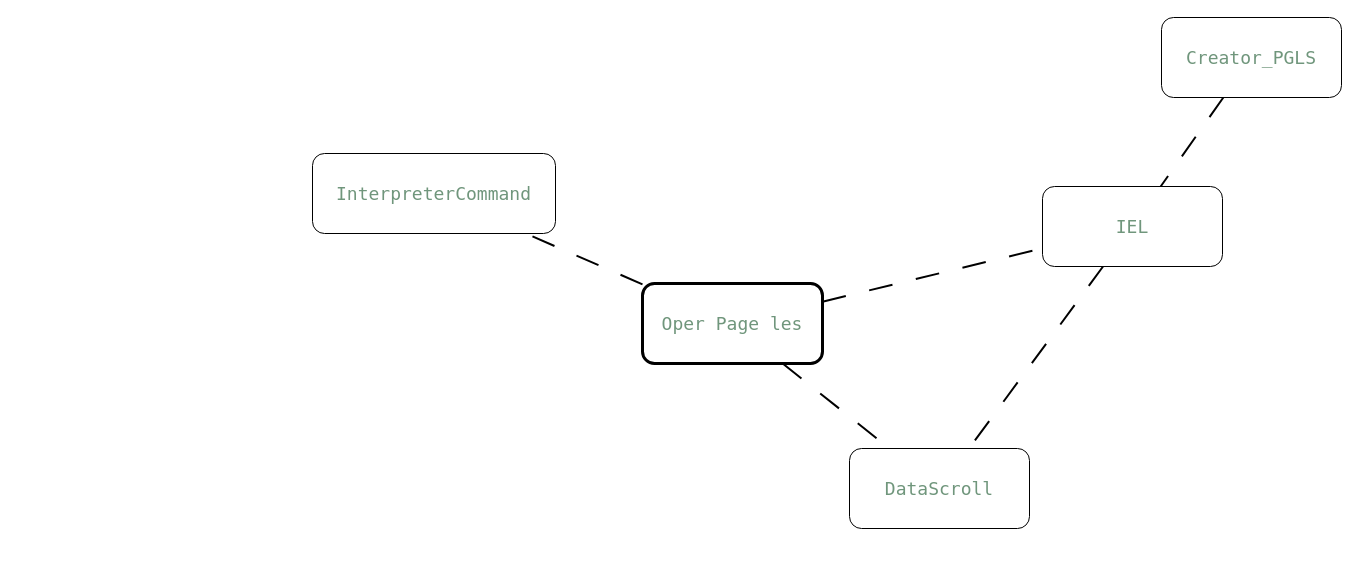
Before: page "Иерархия ссылок" (3 of 3) of OperPage_les.drawio in Lisyaka46/OperPageLes, a draw.io diagram. Source tidied: cells renumbered, new cells numbered last; positions are measured from the earlier drawing's top-left corner, leaving out a move shared by most shapes. Both pictures are drawn from the tidied source at 100%, with x=0, y=0 at pixel (312, 17).
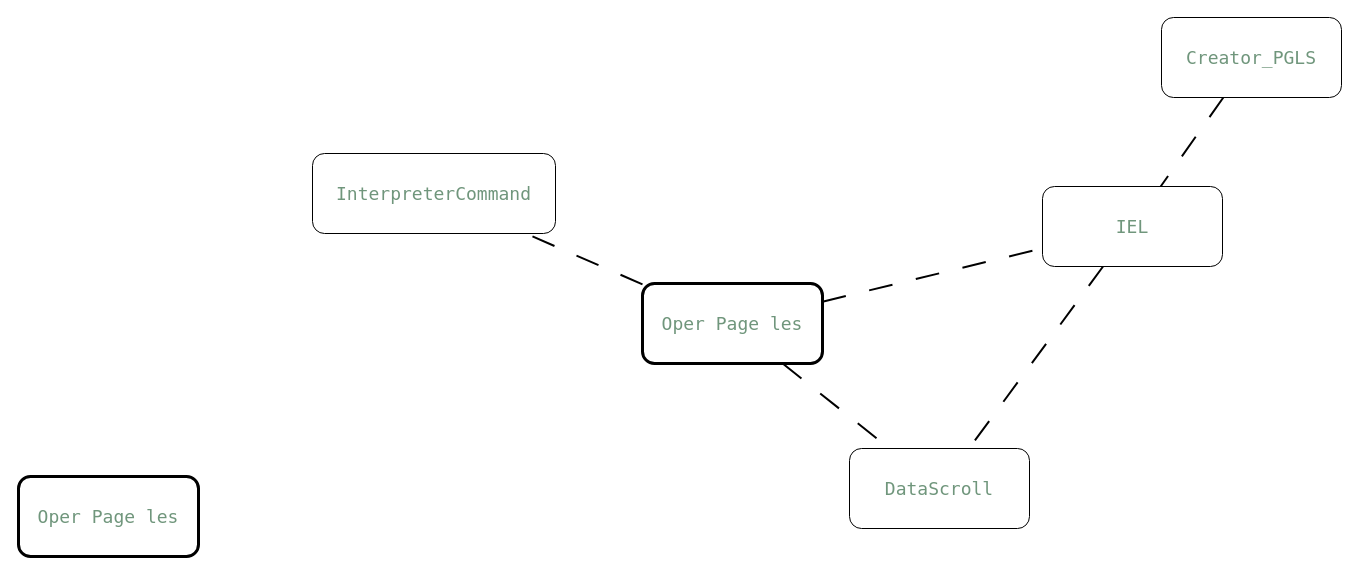
After the change.

Change to the diagram source:
```diff
@@
 <mxGraphModel>
   <root>
     <mxCell id="0" />
     <mxCell id="1" parent="0" />
     <mxCell id="2" value="InterpreterCommand" style="rounded=1;whiteSpace=wrap;fontSize=18;fontColor=#70967C;fontFamily=Lucida Console;" parent="1" vertex="1">
       <mxGeometry y="136" width="243" height="80" as="geometry" />
     </mxCell>
     <mxCell id="3" style="rounded=1;jettySize=auto;html=1;dashed=1;dashPattern=12 12;strokeWidth=2;endArrow=none;endFill=0;flowAnimation=1;" parent="1" edge="1" source="8" target="2">
       <mxGeometry relative="1" as="geometry" />
     </mxCell>
     <mxCell id="4" style="rounded=1;jettySize=auto;html=1;strokeWidth=2;endArrow=none;endFill=0;dashed=1;dashPattern=12 12;flowAnimation=1;" parent="1" edge="1" source="8" target="6">
       <mxGeometry relative="1" as="geometry" />
     </mxCell>
     <mxCell id="5" style="edgeStyle=none;shape=connector;rounded=1;jettySize=auto;html=1;dashed=1;dashPattern=12 12;strokeColor=default;strokeWidth=2;align=center;verticalAlign=middle;fontFamily=Lucida Console;fontSize=18;fontColor=#70967C;labelBackgroundColor=default;endArrow=none;endFill=0;flowAnimation=1;" parent="1" edge="1" source="6" target="9">
       <mxGeometry relative="1" as="geometry" />
     </mxCell>
     <mxCell id="6" value="IEL" style="rounded=1;whiteSpace=wrap;fontSize=18;fontColor=#70967C;fontFamily=Lucida Console;" parent="1" vertex="1">
       <mxGeometry x="730" y="169" width="180" height="80" as="geometry" />
     </mxCell>
     <mxCell id="7" style="edgeStyle=none;shape=connector;rounded=1;jettySize=auto;html=1;dashed=1;dashPattern=12 12;strokeColor=default;strokeWidth=2;align=center;verticalAlign=middle;fontFamily=Lucida Console;fontSize=18;fontColor=#70967C;labelBackgroundColor=default;endArrow=none;endFill=0;flowAnimation=1;" parent="1" edge="1" source="8" target="9">
       <mxGeometry relative="1" as="geometry" />
     </mxCell>
     <mxCell id="8" value="Oper Page les" style="rounded=1;whiteSpace=wrap;fontSize=18;fontColor=#70967C;fontFamily=Lucida Console;strokeWidth=3;" parent="1" vertex="1">
       <mxGeometry x="330" y="266" width="180" height="80" as="geometry" />
     </mxCell>
     <mxCell id="9" value="DataScroll" style="rounded=1;whiteSpace=wrap;fontSize=18;fontColor=#70967C;fontFamily=Lucida Console;" parent="1" vertex="1">
       <mxGeometry x="537" y="431" width="180" height="80" as="geometry" />
     </mxCell>
     <mxCell id="10" style="edgeStyle=none;shape=connector;rounded=1;jettySize=auto;html=1;dashed=1;dashPattern=12 12;strokeColor=default;strokeWidth=2;align=center;verticalAlign=middle;fontFamily=Helvetica;fontSize=11;fontColor=default;labelBackgroundColor=default;endArrow=none;endFill=0;flowAnimation=1;" parent="1" edge="1" source="11" target="6">
       <mxGeometry relative="1" as="geometry" />
     </mxCell>
     <mxCell id="11" value="Creator_PGLS" style="rounded=1;whiteSpace=wrap;fontSize=18;fontColor=#70967C;fontFamily=Lucida Console;" parent="1" vertex="1">
       <mxGeometry x="849" width="180" height="80" as="geometry" />
     </mxCell>
+    <mxCell id="12" value="Oper Page les" style="rounded=1;whiteSpace=wrap;fontSize=18;fontColor=#70967C;fontFamily=Lucida Console;strokeWidth=3;" parent="1" vertex="1">
+      <mxGeometry x="-294" y="459" width="180" height="80" as="geometry" />
+    </mxCell>
   </root>
 </mxGraphModel>
```
